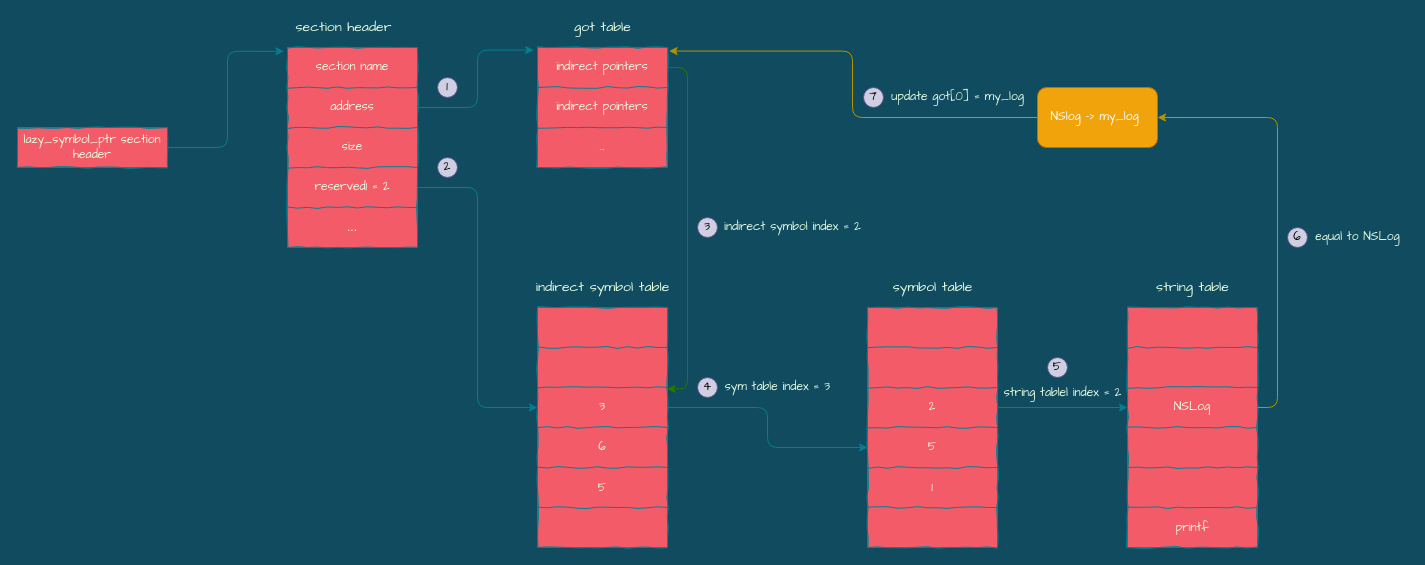
This is page "example" (2 of 6) of fishhook/section_header.drawio from silan-liu/drawio, a draw.io file, before an edit. Source tidied: cells renumbered, new cells numbered last; positions are measured from the earlier drawing's top-left corner, leaving out a move shared by most shapes. Both pictures are drawn from the tidied source at 100%, with x=0, y=0 at pixel (17, 17).
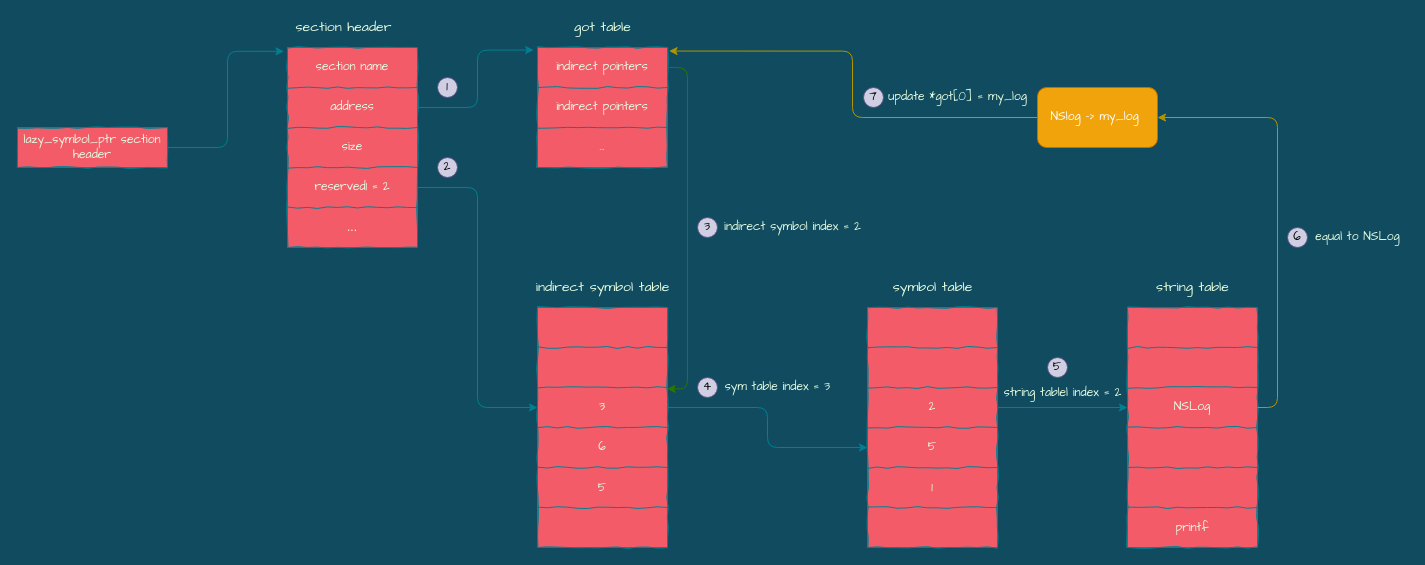
Above is the later version.

Diff of the diagram source:
```diff
@@
-    <mxCell id="80" value="update got[0] = my_log" style="text;html=1;align=center;verticalAlign=middle;fontFamily=Architects Daughter;fontColor=#E4FDE1;" parent="1" vertex="1">
+    <mxCell id="80" value="update *got[0] = my_log" style="text;html=1;align=center;verticalAlign=middle;fontFamily=Architects Daughter;fontColor=#E4FDE1;" parent="1" vertex="1">
       <mxGeometry x="865" y="70" width="150" height="20" as="geometry" />
     </mxCell>
```
